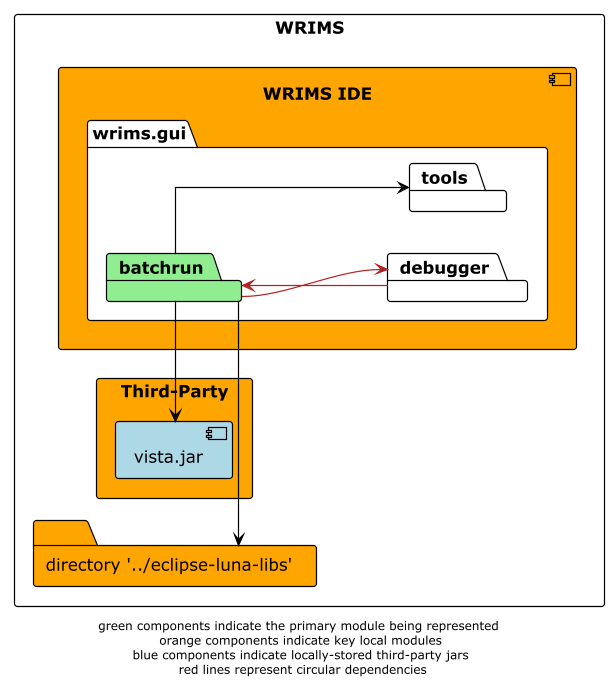
The PlantUML diagram docs/diagrams/wrims-modules/wrims-ide/wrims-ide_batchrun.png in CentralValleyModeling/wrims-gui, before a commit.
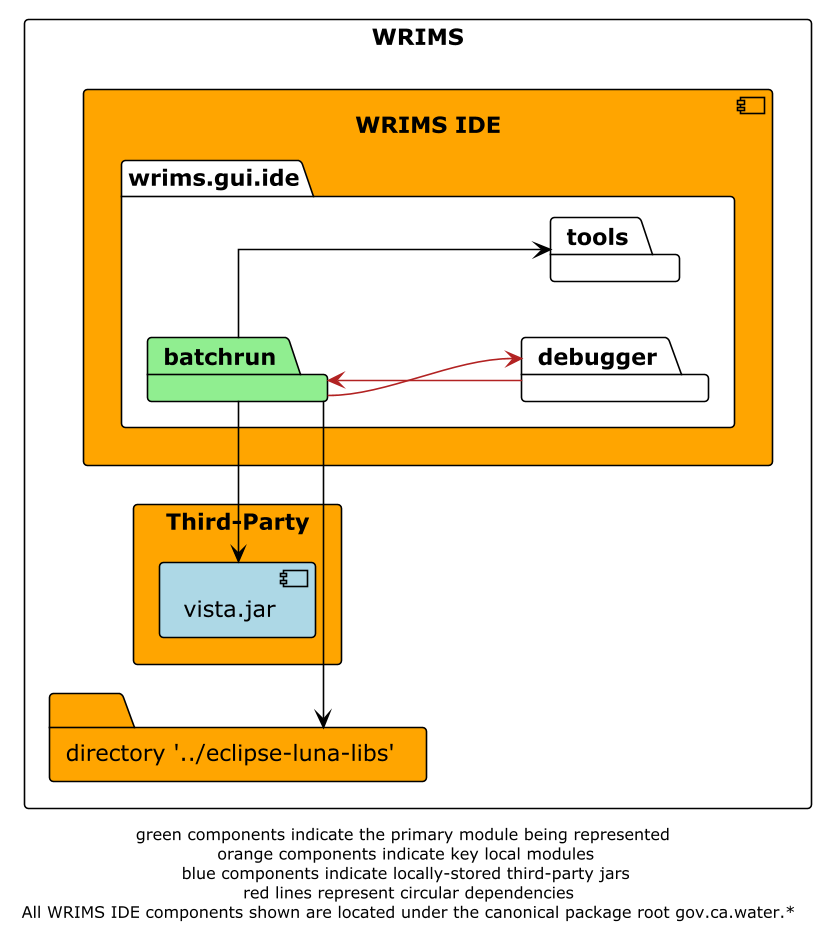
Above is the later version.

Change to the diagram source:
```diff
@@ -6,7 +6,7 @@
 
 rectangle WRIMS {
     component wrims-ide as "WRIMS IDE" #orange {
-        package wrims.gui {
+        package wrims.gui.ide {
             package batchrun #lightgreen
             package tools
             package debugger
@@ -26,5 +26,5 @@
 
 debugger -> batchrun #firebrick
 
-footer "green components indicate the primary module being represented \n orange components indicate key local modules \n blue components indicate locally-stored third-party jars \n red lines represent circular dependencies"
+footer "green components indicate the primary module being represented \n orange components indicate key local modules \n blue components indicate locally-stored third-party jars \n red lines represent circular dependencies\n All WRIMS IDE components shown are located under the canonical package root gov.ca.water.*"
 @enduml
```
